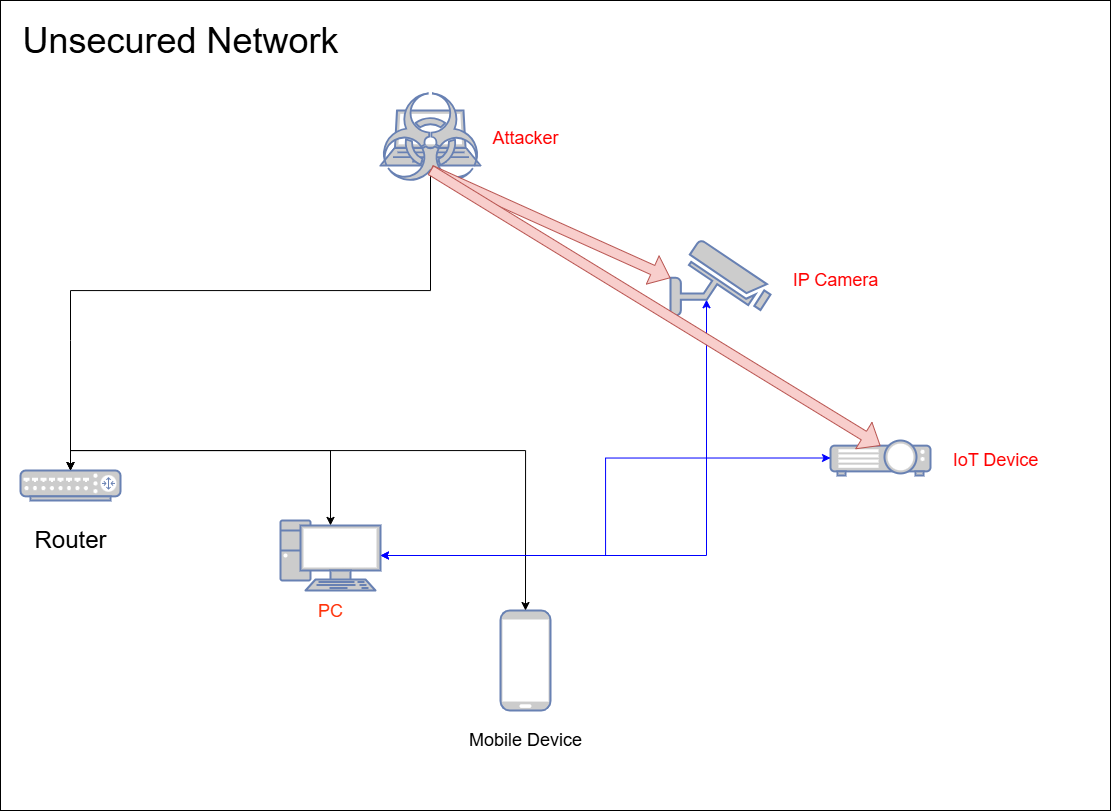
Earlier version of the draw.io export Unsecured Network.png (HATZ-Research/RSN). Source tidied: cells renumbered, new cells last; positions are measured from the earlier drawing's top-left corner, leaving out a move shared by most shapes.
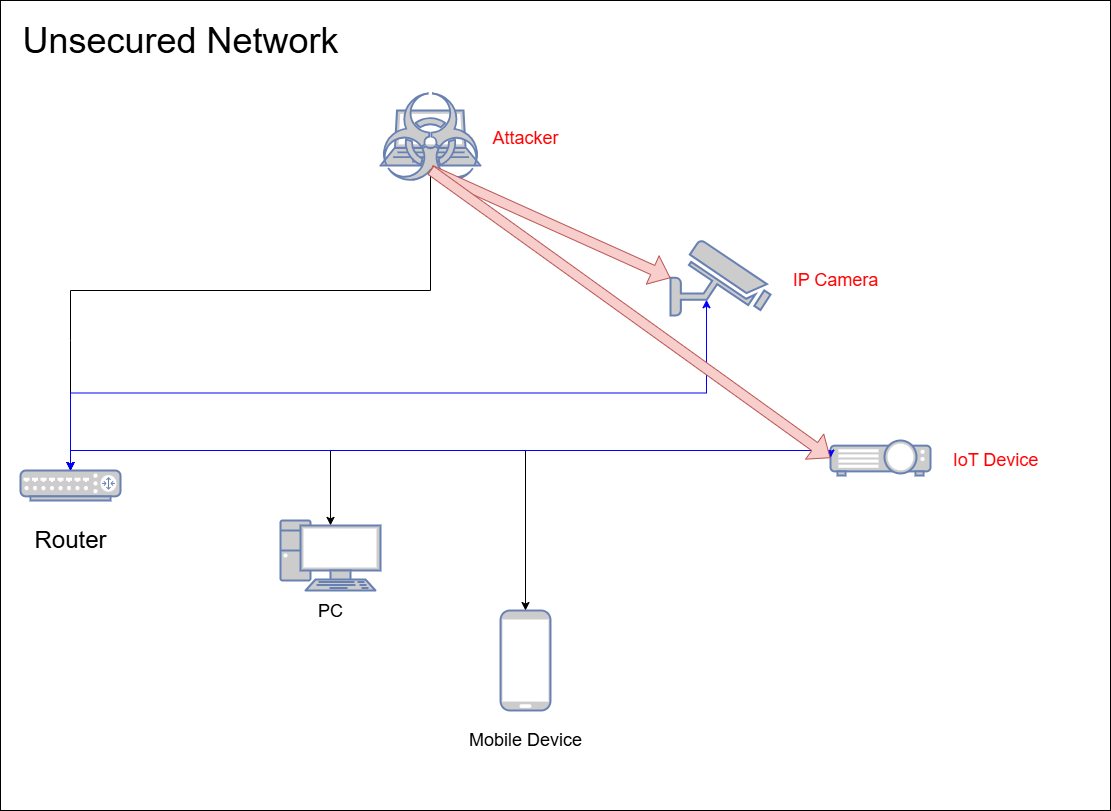
After the commit.

Diff of the diagram source:
```diff
@@ -2,7 +2,7 @@
   <root>
     <mxCell id="0" />
     <mxCell id="1" parent="0" />
-    <mxCell id="2" style="rounded=0;whiteSpace=wrap;html=1;" parent="1" vertex="1">
+    <mxCell id="2" style="rounded=0;whiteSpace=wrap;html=1;fillColor=none;" parent="1" vertex="1">
       <mxGeometry width="1110" height="810" as="geometry" />
     </mxCell>
     <mxCell id="3" style="fontColor=#0066CC;verticalAlign=top;verticalLabelPosition=bottom;labelPosition=center;align=center;html=1;outlineConnect=0;fillColor=#CCCCCC;strokeColor=#6881B3;gradientColor=none;gradientDirection=north;strokeWidth=2;shape=mxgraph.networks.router;" parent="1" vertex="1">
@@ -47,11 +47,16 @@
     <mxCell id="14" style="shape=flexArrow;endArrow=classic;html=1;rounded=0;exitX=0.5;exitY=0.85;exitDx=0;exitDy=0;exitPerimeter=0;entryX=0;entryY=0.5;entryDx=0;entryDy=0;entryPerimeter=0;fillColor=#f8cecc;strokeColor=#b85450;" parent="1" edge="1" source="13" target="9">
       <mxGeometry relative="1" as="geometry" />
     </mxCell>
-    <mxCell id="15" style="edgeStyle=orthogonalEdgeStyle;rounded=0;jettySize=auto;html=1;exitX=1;exitY=0.5;exitDx=0;exitDy=0;exitPerimeter=0;entryX=0.36;entryY=0.79;entryDx=0;entryDy=0;entryPerimeter=0;startArrow=classic;startFill=1;fillColor=#f8cecc;strokeColor=#0000FF;" parent="1" edge="1" source="5" target="9">
+    <mxCell id="15" style="edgeStyle=orthogonalEdgeStyle;rounded=0;jettySize=auto;html=1;exitX=0.5;exitY=0;exitDx=0;exitDy=0;exitPerimeter=0;entryX=0.36;entryY=0.79;entryDx=0;entryDy=0;entryPerimeter=0;startArrow=classic;startFill=1;fillColor=#f8cecc;strokeColor=#0000FF;" parent="1" edge="1" source="3" target="9">
       <mxGeometry relative="1" as="geometry" />
     </mxCell>
-    <mxCell id="16" style="edgeStyle=orthogonalEdgeStyle;rounded=0;jettySize=auto;html=1;exitX=0;exitY=0.5;exitDx=0;exitDy=0;exitPerimeter=0;entryX=1;entryY=0.5;entryDx=0;entryDy=0;entryPerimeter=0;startArrow=classic;startFill=1;fillColor=#f8cecc;strokeColor=#0000FF;" parent="1" edge="1" source="10" target="5">
-      <mxGeometry relative="1" as="geometry" />
+    <mxCell id="16" style="edgeStyle=orthogonalEdgeStyle;rounded=0;jettySize=auto;html=1;exitX=0;exitY=0.5;exitDx=0;exitDy=0;exitPerimeter=0;entryX=0.5;entryY=0;entryDx=0;entryDy=0;entryPerimeter=0;startArrow=classic;startFill=1;fillColor=#f8cecc;strokeColor=#0000FF;" parent="1" edge="1" source="10" target="3">
+      <mxGeometry relative="1" as="geometry">
+        <Array as="points">
+          <mxPoint x="830" y="450" />
+          <mxPoint x="70" y="450" />
+        </Array>
+      </mxGeometry>
     </mxCell>
     <mxCell id="17" value="&lt;font style=&quot;font-size: 36px;&quot;&gt;Unsecured Network&lt;/font&gt;" style="text;html=1;align=center;verticalAlign=middle;strokeColor=none;fillColor=none;" parent="1" vertex="1">
       <mxGeometry x="10" y="10" width="340" height="60" as="geometry" />
@@ -62,7 +67,7 @@
     <mxCell id="19" value="&lt;span style=&quot;font-size: 18px;&quot;&gt;IoT Device&lt;/span&gt;" style="text;html=1;align=center;verticalAlign=middle;strokeColor=none;fillColor=none;fontColor=#FF0000;" parent="1" vertex="1">
       <mxGeometry x="940" y="440" width="110" height="40" as="geometry" />
     </mxCell>
-    <mxCell id="20" value="&lt;font style=&quot;font-size: 18px;&quot;&gt;PC&lt;/font&gt;" style="text;html=1;align=center;verticalAlign=middle;strokeColor=none;fillColor=none;fontColor=#FF320A;" parent="1" vertex="1">
+    <mxCell id="20" value="&lt;font style=&quot;font-size: 18px;&quot;&gt;PC&lt;/font&gt;" style="text;html=1;align=center;verticalAlign=middle;strokeColor=none;fillColor=none;fontColor=#000000;" parent="1" vertex="1">
       <mxGeometry x="305" y="591" width="50" height="40" as="geometry" />
     </mxCell>
     <mxCell id="21" value="&lt;font style=&quot;font-size: 18px;&quot;&gt;Mobile Device&lt;/font&gt;" style="text;html=1;align=center;verticalAlign=middle;strokeColor=none;fillColor=none;" parent="1" vertex="1">
@@ -71,7 +76,7 @@
     <mxCell id="22" value="&lt;font style=&quot;font-size: 18px;&quot;&gt;Attacker&lt;/font&gt;" style="text;html=1;align=center;verticalAlign=middle;strokeColor=none;fillColor=none;fontColor=#FF0000;" parent="1" vertex="1">
       <mxGeometry x="480" y="117.5" width="90" height="40" as="geometry" />
     </mxCell>
-    <mxCell id="23" style="shape=flexArrow;endArrow=classic;html=1;rounded=0;exitX=0.5;exitY=0.85;exitDx=0;exitDy=0;exitPerimeter=0;entryX=0.5;entryY=0.15;entryDx=0;entryDy=0;entryPerimeter=0;fillColor=#f8cecc;strokeColor=#b85450;" parent="1" edge="1" source="13" target="10">
+    <mxCell id="23" style="shape=flexArrow;endArrow=classic;html=1;rounded=0;exitX=0.5;exitY=0.85;exitDx=0;exitDy=0;exitPerimeter=0;fillColor=#f8cecc;strokeColor=#b85450;entryX=0;entryY=0.5;entryDx=0;entryDy=0;entryPerimeter=0;" parent="1" edge="1" source="13" target="10">
       <mxGeometry relative="1" as="geometry" />
     </mxCell>
   </root>
```
